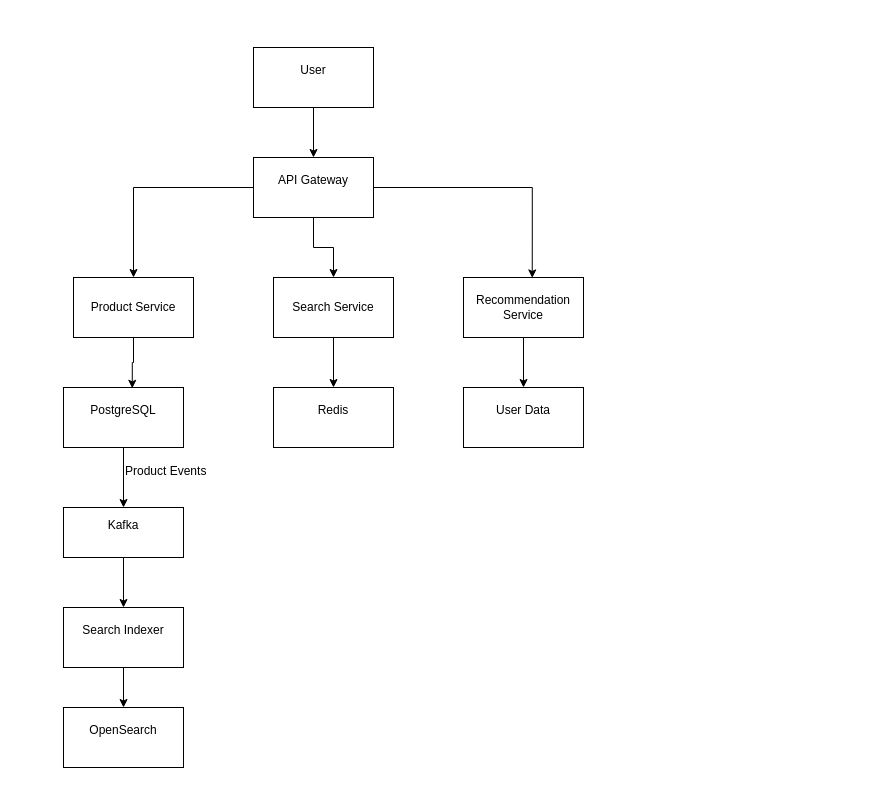
The draw.io diagram diagrams/hld/high-level-architecture.drawio in anusha8280/ecommerce-product-search, before the edit. Source tidied: cells renumbered, new cells numbered last; positions are measured from the earlier drawing's top-left corner, leaving out a move shared by most shapes. Both pictures are drawn from the tidied source at 100%, with x=0, y=0 at pixel (63, 47).
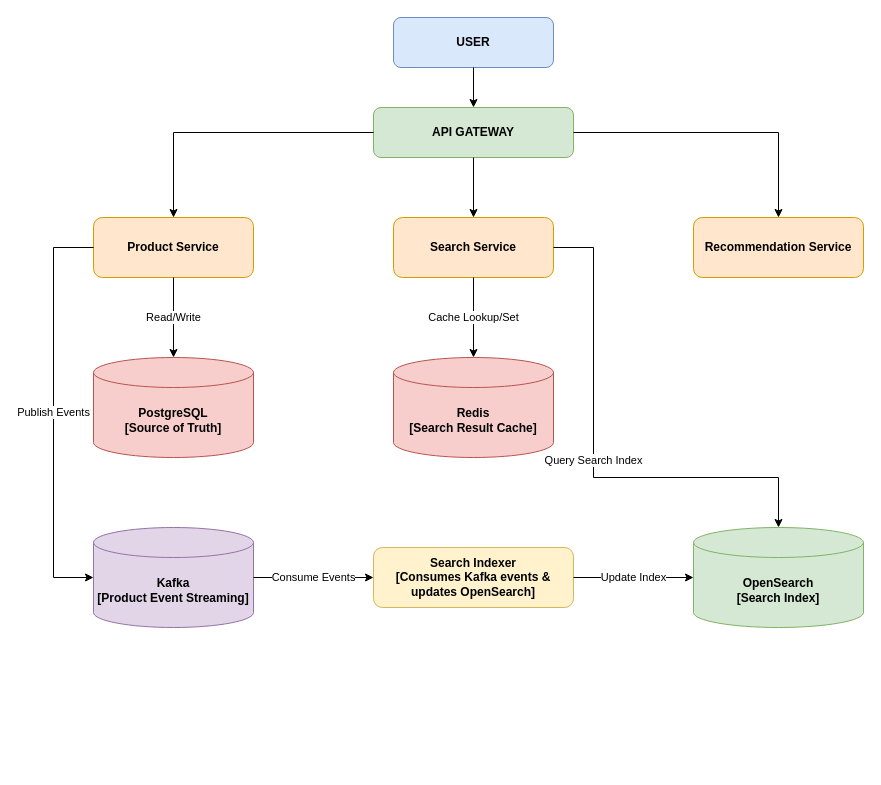
After the change.

What changed in the source:
```diff
@@
-    <mxCell id="2" style="edgeStyle=orthogonalEdgeStyle;rounded=0;jettySize=auto;html=1;entryX=0.5;entryY=0;entryDx=0;entryDy=0;" parent="1" edge="1" source="3" target="6">
-      <mxGeometry relative="1" as="geometry" />
-    </mxCell>
-    <mxCell id="3" value="&#10;User&#10;&#10;" style="rounded=0;whiteSpace=wrap;html=1;" parent="1" vertex="1">
-      <mxGeometry x="190" width="120" height="60" as="geometry" />
-    </mxCell>
-    <mxCell id="4" style="edgeStyle=orthogonalEdgeStyle;rounded=0;jettySize=auto;html=1;entryX=0.5;entryY=0;entryDx=0;entryDy=0;" parent="1" edge="1" source="6" target="7">
-      <mxGeometry relative="1" as="geometry" />
-    </mxCell>
-    <mxCell id="5" style="edgeStyle=orthogonalEdgeStyle;rounded=0;jettySize=auto;html=1;" parent="1" edge="1" source="6" target="9">
-      <mxGeometry relative="1" as="geometry" />
-    </mxCell>
-    <mxCell id="6" value="&#10;API Gateway&#10;&#10;" style="rounded=0;whiteSpace=wrap;html=1;" parent="1" vertex="1">
-      <mxGeometry x="190" y="110" width="120" height="60" as="geometry" />
-    </mxCell>
+    <mxCell id="24" value="USER" style="rounded=1;whiteSpace=wrap;html=1;fillColor=#dae8fc;strokeColor=#6c8ebf;fontStyle=1;" parent="1" vertex="1">
+      <mxGeometry x="330" y="-30" width="160" height="50" as="geometry" />
+    </mxCell>
+    <mxCell id="25" value="API GATEWAY" style="rounded=1;whiteSpace=wrap;html=1;fillColor=#d5e8d4;strokeColor=#82b366;fontStyle=1;" parent="1" vertex="1">
+      <mxGeometry x="310" y="60" width="200" height="50" as="geometry" />
+    </mxCell>
-    <mxCell id="7" value="Product Service" style="rounded=0;whiteSpace=wrap;html=1;" parent="1" vertex="1">
-      <mxGeometry x="10" y="230" width="120" height="60" as="geometry" />
+    <mxCell id="7" value="Product Service" style="rounded=1;whiteSpace=wrap;html=1;fillColor=#ffe6cc;strokeColor=#d79b00;fontStyle=1;" parent="1" vertex="1">
+      <mxGeometry x="30" y="170" width="160" height="60" as="geometry" />
     </mxCell>
-    <mxCell id="8" style="edgeStyle=orthogonalEdgeStyle;rounded=0;jettySize=auto;html=1;" parent="1" edge="1" source="9" target="15">
-      <mxGeometry relative="1" as="geometry" />
-    </mxCell>
-    <mxCell id="9" value="Search Service" style="rounded=0;whiteSpace=wrap;html=1;" parent="1" vertex="1">
-      <mxGeometry x="210" y="230" width="120" height="60" as="geometry" />
+    <mxCell id="9" value="Search Service" style="rounded=1;whiteSpace=wrap;html=1;fillColor=#ffe6cc;strokeColor=#d79b00;fontStyle=1;" parent="1" vertex="1">
+      <mxGeometry x="330" y="170" width="160" height="60" as="geometry" />
     </mxCell>
-    <mxCell id="10" style="edgeStyle=orthogonalEdgeStyle;rounded=0;jettySize=auto;html=1;" parent="1" edge="1" source="11" target="16">
-      <mxGeometry relative="1" as="geometry" />
-    </mxCell>
-    <mxCell id="11" value="Recommendation Service" style="rounded=0;whiteSpace=wrap;html=1;" parent="1" vertex="1">
-      <mxGeometry x="400" y="230" width="120" height="60" as="geometry" />
+    <mxCell id="11" value="Recommendation Service" style="rounded=1;whiteSpace=wrap;html=1;fillColor=#ffe6cc;strokeColor=#d79b00;fontStyle=1;" parent="1" vertex="1">
+      <mxGeometry x="630" y="170" width="170" height="60" as="geometry" />
     </mxCell>
-    <mxCell id="12" style="edgeStyle=orthogonalEdgeStyle;rounded=0;jettySize=auto;html=1;exitX=1;exitY=0.5;exitDx=0;exitDy=0;entryX=0.573;entryY=0.007;entryDx=0;entryDy=0;entryPerimeter=0;" parent="1" edge="1" source="6" target="11">
-      <mxGeometry relative="1" as="geometry" />
-    </mxCell>
-    <mxCell id="13" style="edgeStyle=orthogonalEdgeStyle;rounded=0;jettySize=auto;html=1;" parent="1" edge="1" source="14" target="19">
-      <mxGeometry relative="1" as="geometry" />
-    </mxCell>
-    <mxCell id="14" value="&#10;PostgreSQL&#10;&#10;" style="rounded=0;whiteSpace=wrap;html=1;" parent="1" vertex="1">
-      <mxGeometry y="340" width="120" height="60" as="geometry" />
-    </mxCell>
-    <mxCell id="15" value="&#10;Redis &#10;&#10;" style="rounded=0;whiteSpace=wrap;html=1;" parent="1" vertex="1">
-      <mxGeometry x="210" y="340" width="120" height="60" as="geometry" />
-    </mxCell>
-    <mxCell id="16" value="&#10;User Data&#10;&#10;" style="rounded=0;whiteSpace=wrap;html=1;" parent="1" vertex="1">
-      <mxGeometry x="400" y="340" width="120" height="60" as="geometry" />
-    </mxCell>
-    <mxCell id="17" style="edgeStyle=orthogonalEdgeStyle;rounded=0;jettySize=auto;html=1;entryX=0.573;entryY=0.013;entryDx=0;entryDy=0;entryPerimeter=0;" parent="1" edge="1" source="7" target="14">
-      <mxGeometry relative="1" as="geometry" />
-    </mxCell>
-    <mxCell id="18" style="edgeStyle=orthogonalEdgeStyle;rounded=0;jettySize=auto;html=1;" parent="1" edge="1" source="19" target="22">
-      <mxGeometry relative="1" as="geometry" />
-    </mxCell>
-    <mxCell id="19" value="&#10;Kafka &#10;&#10;" style="rounded=0;whiteSpace=wrap;html=1;" parent="1" vertex="1">
-      <mxGeometry y="460" width="120" height="50" as="geometry" />
-    </mxCell>
-    <mxCell id="20" value="Product Events" style="text;whiteSpace=wrap;html=1;" parent="1" vertex="1">
-      <mxGeometry x="60" y="410" width="110" height="40" as="geometry" />
-    </mxCell>
-    <mxCell id="21" style="edgeStyle=orthogonalEdgeStyle;rounded=0;jettySize=auto;html=1;" parent="1" edge="1" source="22" target="23">
-      <mxGeometry relative="1" as="geometry" />
-    </mxCell>
-    <mxCell id="22" value="&#10;Search Indexer&#10;&#10;" style="rounded=0;whiteSpace=wrap;html=1;" parent="1" vertex="1">
-      <mxGeometry y="560" width="120" height="60" as="geometry" />
-    </mxCell>
-    <mxCell id="23" value="&#10;OpenSearch &#10;&#10;" style="rounded=0;whiteSpace=wrap;html=1;" parent="1" vertex="1">
-      <mxGeometry y="660" width="120" height="60" as="geometry" />
-    </mxCell>
+    <mxCell id="26" value="PostgreSQL&#10;[Source of Truth]" style="shape=cylinder3;whiteSpace=wrap;html=1;boundedLbl=1;backgroundOutline=1;size=15;fillColor=#f8cecc;strokeColor=#b85450;fontStyle=1;" parent="1" vertex="1">
+      <mxGeometry x="30" y="310" width="160" height="100" as="geometry" />
+    </mxCell>
+    <mxCell id="27" value="Redis&#10;[Search Result Cache]" style="shape=cylinder3;whiteSpace=wrap;html=1;boundedLbl=1;backgroundOutline=1;size=15;fillColor=#f8cecc;strokeColor=#b85450;fontStyle=1;" parent="1" vertex="1">
+      <mxGeometry x="330" y="310" width="160" height="100" as="geometry" />
+    </mxCell>
+    <mxCell id="28" value="Kafka&#10;[Product Event Streaming]" style="shape=cylinder3;whiteSpace=wrap;html=1;boundedLbl=1;backgroundOutline=1;size=15;fillColor=#e1d5e7;strokeColor=#9673a6;fontStyle=1;" parent="1" vertex="1">
+      <mxGeometry x="30" y="480" width="160" height="100" as="geometry" />
+    </mxCell>
+    <mxCell id="29" value="Search Indexer&#10;[Consumes Kafka events &amp; updates OpenSearch]" style="rounded=1;whiteSpace=wrap;html=1;fillColor=#fff2cc;strokeColor=#d6b656;fontStyle=1;" parent="1" vertex="1">
+      <mxGeometry x="310" y="500" width="200" height="60" as="geometry" />
+    </mxCell>
+    <mxCell id="30" value="OpenSearch&#10;[Search Index]" style="shape=cylinder3;whiteSpace=wrap;html=1;boundedLbl=1;backgroundOutline=1;size=15;fillColor=#d5e8d4;strokeColor=#82b366;fontStyle=1;" parent="1" vertex="1">
+      <mxGeometry x="630" y="480" width="170" height="100" as="geometry" />
+    </mxCell>
+    <mxCell id="31" style="edgeStyle=orthogonalEdgeStyle;rounded=0;jettySize=auto;html=1;" parent="1" edge="1" source="24" target="25">
+      <mxGeometry relative="1" as="geometry" />
+    </mxCell>
+    <mxCell id="32" style="edgeStyle=orthogonalEdgeStyle;rounded=0;jettySize=auto;html=1;" parent="1" edge="1" source="25" target="7">
+      <mxGeometry relative="1" as="geometry" />
+    </mxCell>
+    <mxCell id="33" style="edgeStyle=orthogonalEdgeStyle;rounded=0;jettySize=auto;html=1;" parent="1" edge="1" source="25" target="9">
+      <mxGeometry relative="1" as="geometry" />
+    </mxCell>
+    <mxCell id="34" style="edgeStyle=orthogonalEdgeStyle;rounded=0;jettySize=auto;html=1;" parent="1" edge="1" source="25" target="11">
+      <mxGeometry relative="1" as="geometry" />
+    </mxCell>
+    <mxCell id="35" value="Read/Write" style="edgeStyle=orthogonalEdgeStyle;rounded=0;jettySize=auto;html=1;" parent="1" edge="1" source="7" target="26">
+      <mxGeometry relative="1" as="geometry" />
+    </mxCell>
+    <mxCell id="36" value="Publish Events" style="edgeStyle=orthogonalEdgeStyle;rounded=0;jettySize=auto;html=1;" parent="1" edge="1" source="7" target="28">
+      <mxGeometry relative="1" as="geometry">
+        <Array as="points">
+          <mxPoint x="-10" y="200" />
+          <mxPoint x="-10" y="530" />
+        </Array>
+      </mxGeometry>
+    </mxCell>
+    <mxCell id="37" value="Cache Lookup/Set" style="edgeStyle=orthogonalEdgeStyle;rounded=0;jettySize=auto;html=1;" parent="1" edge="1" source="9" target="27">
+      <mxGeometry relative="1" as="geometry" />
+    </mxCell>
+    <mxCell id="38" value="Query Search Index" style="edgeStyle=orthogonalEdgeStyle;rounded=0;jettySize=auto;html=1;" parent="1" edge="1" source="9" target="30">
+      <mxGeometry relative="1" as="geometry">
+        <Array as="points">
+          <mxPoint x="530" y="200" />
+          <mxPoint x="530" y="430" />
+          <mxPoint x="715" y="430" />
+        </Array>
+      </mxGeometry>
+    </mxCell>
+    <mxCell id="39" value="Consume Events" style="edgeStyle=orthogonalEdgeStyle;rounded=0;jettySize=auto;html=1;" parent="1" edge="1" source="28" target="29">
+      <mxGeometry relative="1" as="geometry" />
+    </mxCell>
+    <mxCell id="40" value="Update Index" style="edgeStyle=orthogonalEdgeStyle;rounded=0;jettySize=auto;html=1;" parent="1" edge="1" source="29" target="30">
+      <mxGeometry relative="1" as="geometry" />
+    </mxCell>
```
